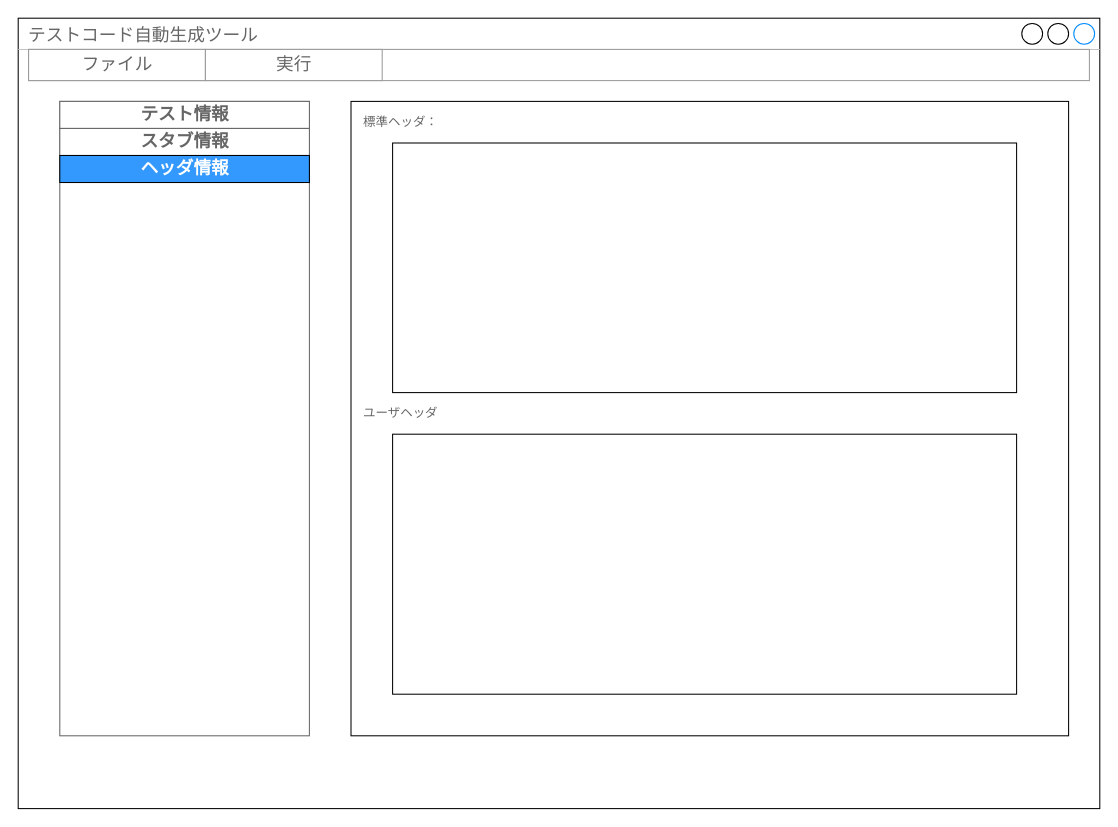
This is page "ヘッダ情報" (4 of 6) of AutoTestPrep/doc/design/AutoTestPrep_ViewLayout.drawio from CountrySideEngineer/TestSupportTools, a draw.io file, before an edit. Source tidied: cells renumbered, new cells numbered last; positions are measured from the earlier drawing's top-left corner, leaving out a move shared by most shapes. Both pictures are drawn from the tidied source at 104%, with x=0, y=0 at pixel (18, 18).
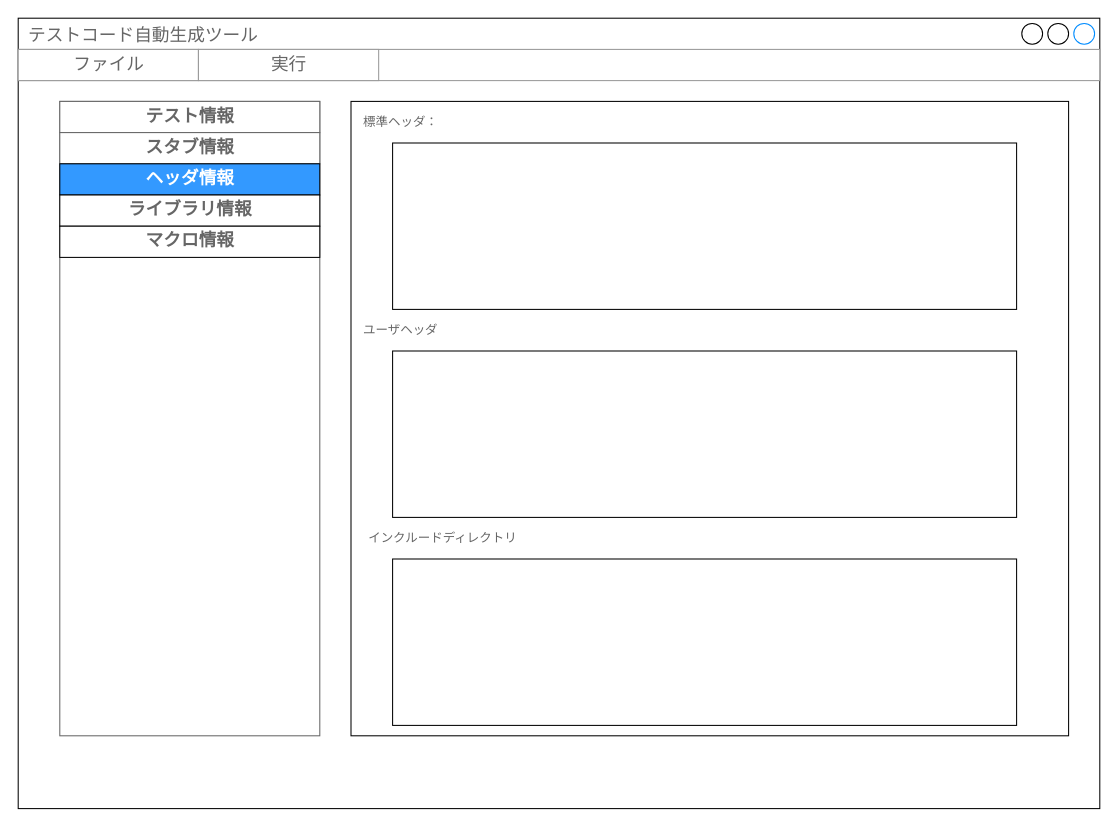
The same diagram, later.

The edit, as a diff of the source:
```diff
@@
-    <mxCell id="3" style="strokeWidth=1;shadow=0;dashed=0;align=center;html=1;shape=mxgraph.mockup.containers.rrect;rSize=0;strokeColor=#666666;" parent="1" vertex="1">
-      <mxGeometry x="40" y="80" width="240" height="610" as="geometry" />
-    </mxCell>
-    <mxCell id="4" value="テスト情報" style="strokeColor=inherit;fillColor=#FFFFFF;gradientColor=none;strokeWidth=1;shadow=0;dashed=0;align=center;html=1;shape=mxgraph.mockup.containers.rrect;rSize=0;fontSize=17;fontColor=#666666;fontStyle=1;" parent="3" vertex="1">
-      <mxGeometry width="240" height="26" relative="1" as="geometry" />
-    </mxCell>
-    <mxCell id="5" value="スタブ情報" style="strokeColor=inherit;fillColor=#FFFFFF;gradientColor=inherit;strokeWidth=1;shadow=0;dashed=0;align=center;html=1;shape=mxgraph.mockup.containers.rrect;rSize=0;fontSize=17;fontColor=#666666;fontStyle=1;" parent="3" vertex="1">
-      <mxGeometry width="240" height="26" relative="1" as="geometry">
-        <mxPoint y="26" as="offset" />
-      </mxGeometry>
-    </mxCell>
-    <mxCell id="6" value="ヘッダ情報" style="strokeWidth=1;shadow=0;dashed=0;align=center;html=1;shape=mxgraph.mockup.containers.rrect;rSize=0;fontSize=17;fontColor=#FFFFFF;fontStyle=1;fillColor=#3399FF;strokeColor=#000000;gradientColor=none;" parent="3" vertex="1">
-      <mxGeometry width="240" height="26" relative="1" as="geometry">
-        <mxPoint y="52" as="offset" />
-      </mxGeometry>
-    </mxCell>
     <mxCell id="7" style="strokeWidth=1;shadow=0;dashed=0;align=center;html=1;shape=mxgraph.mockup.forms.rrect;rSize=0;strokeColor=#999999;" parent="1" vertex="1">
-      <mxGeometry x="10" y="30" width="1020" height="30" as="geometry" />
+      <mxGeometry y="30" width="1040" height="30" as="geometry" />
     </mxCell>
     <mxCell id="8" value="ファイル" style="strokeColor=inherit;fillColor=inherit;gradientColor=inherit;strokeWidth=1;shadow=0;dashed=0;align=center;html=1;shape=mxgraph.mockup.forms.rrect;rSize=0;fontSize=17;fontColor=#666666;" parent="7" vertex="1">
-      <mxGeometry width="170" height="30" as="geometry" />
+      <mxGeometry width="173.3" height="30" as="geometry" />
     </mxCell>
     <mxCell id="9" value="実行" style="strokeColor=inherit;fillColor=inherit;gradientColor=inherit;strokeWidth=1;shadow=0;dashed=0;align=center;html=1;shape=mxgraph.mockup.forms.rrect;rSize=0;fontSize=17;fontColor=#666666;" parent="7" vertex="1">
-      <mxGeometry x="170" width="170" height="30" as="geometry" />
+      <mxGeometry x="173.3" width="173.3" height="30" as="geometry" />
     </mxCell>
@@
     <mxCell id="12" value="ユーザヘッダ" style="text;html=1;strokeColor=none;fillColor=none;align=left;verticalAlign=middle;whiteSpace=wrap;rounded=0;fontColor=#666666;spacingLeft=10;" parent="1" vertex="1">
-      <mxGeometry x="320" y="360" width="690" height="40" as="geometry" />
+      <mxGeometry x="320" y="280" width="690" height="40" as="geometry" />
     </mxCell>
     <mxCell id="13" style="rounded=0;whiteSpace=wrap;html=1;strokeColor=#000000;fillColor=#FFFFFF;gradientColor=none;fontColor=#666666;align=left;" parent="1" vertex="1">
-      <mxGeometry x="360" y="120" width="600" height="240" as="geometry" />
+      <mxGeometry x="360" y="120" width="600" height="160" as="geometry" />
     </mxCell>
     <mxCell id="14" style="rounded=0;whiteSpace=wrap;html=1;strokeColor=#000000;fillColor=#FFFFFF;gradientColor=none;fontColor=#666666;align=left;" parent="1" vertex="1">
-      <mxGeometry x="360" y="400" width="600" height="250" as="geometry" />
+      <mxGeometry x="360" y="320" width="600" height="160" as="geometry" />
     </mxCell>
+    <mxCell id="15" value="インクルードディレクトリ" style="text;html=1;strokeColor=none;fillColor=none;align=left;verticalAlign=middle;whiteSpace=wrap;rounded=0;fontColor=#666666;spacingLeft=10;" parent="1" vertex="1">
+      <mxGeometry x="325" y="480" width="690" height="40" as="geometry" />
+    </mxCell>
+    <mxCell id="16" style="rounded=0;whiteSpace=wrap;html=1;strokeColor=#000000;fillColor=#FFFFFF;gradientColor=none;fontColor=#666666;align=left;" parent="1" vertex="1">
+      <mxGeometry x="360" y="520" width="600" height="160" as="geometry" />
+    </mxCell>
+    <mxCell id="17" style="strokeWidth=1;shadow=0;dashed=0;align=center;html=1;shape=mxgraph.mockup.containers.rrect;rSize=0;strokeColor=#666666;" parent="1" vertex="1">
+      <mxGeometry x="40" y="80" width="250" height="610" as="geometry" />
+    </mxCell>
+    <mxCell id="4" value="テスト情報" style="strokeColor=inherit;fillColor=#FFFFFF;gradientColor=none;strokeWidth=1;shadow=0;dashed=0;align=center;html=1;shape=mxgraph.mockup.containers.rrect;rSize=0;fontSize=17;fontColor=#666666;fontStyle=1;" parent="17" vertex="1">
+      <mxGeometry width="250" height="30" relative="1" as="geometry" />
+    </mxCell>
+    <mxCell id="5" value="スタブ情報" style="strokeColor=inherit;fillColor=inherit;gradientColor=inherit;strokeWidth=1;shadow=0;dashed=0;align=center;html=1;shape=mxgraph.mockup.containers.rrect;rSize=0;fontSize=17;fontColor=#666666;fontStyle=1;" parent="17" vertex="1">
+      <mxGeometry width="250" height="30" relative="1" as="geometry">
+        <mxPoint y="30" as="offset" />
+      </mxGeometry>
+    </mxCell>
+    <mxCell id="6" value="ヘッダ情報" style="strokeWidth=1;shadow=0;dashed=0;align=center;html=1;shape=mxgraph.mockup.containers.rrect;rSize=0;fontSize=17;fontColor=#FFFFFF;fontStyle=1;fillColor=#3399FF;strokeColor=#000000;gradientColor=none;" parent="17" vertex="1">
+      <mxGeometry width="250" height="30" relative="1" as="geometry">
+        <mxPoint y="60" as="offset" />
+      </mxGeometry>
+    </mxCell>
+    <mxCell id="18" value="ライブラリ情報" style="rounded=0;html=1;fontSize=17;fontColor=#666666;fontStyle=1;" parent="17" vertex="1">
+      <mxGeometry y="90" width="250" height="30" as="geometry" />
+    </mxCell>
+    <mxCell id="19" value="マクロ情報" style="rounded=0;html=1;fontSize=17;fontColor=#666666;fontStyle=1;" parent="17" vertex="1">
+      <mxGeometry y="120" width="250" height="30" as="geometry" />
+    </mxCell>
```
